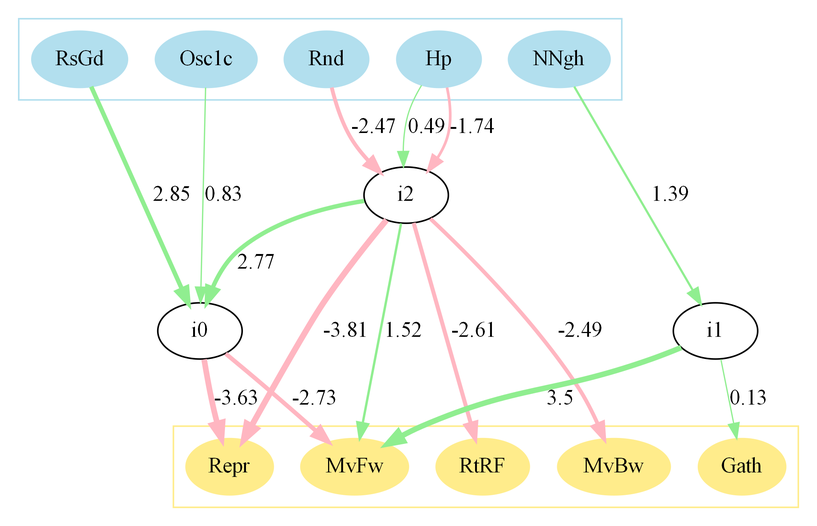
This is reflex.tmp.gv.png from rlsn/genetic-CA, a Graphviz export, as it was before one commit. Its source is kept beside it as reflex.tmp.gv.
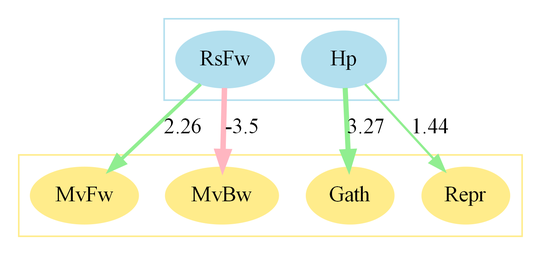
The same file after the commit.

Diff of the diagram source:
```diff
@@ -3,34 +3,19 @@
 	subgraph cluster_0 {
 		node [color=lightblue2 style=filled]
 		color=lightblue2
-		RsGd
-		Rnd
+		RsFw
 		Hp
-		NNgh
-		Osc1c
 	}
 	subgraph cluster_1 {
 		node [color=lightgoldenrod1 style=filled]
 		color=lightgoldenrod1
 		MvFw
-		RtRF
+		MvBw
+		Gath
 		Repr
-		Gath
-		MvBw
 	}
-	RsGd -> i0 [label=2.85 color=lightgreen penwidth=2.8502197265625]
-	Rnd -> i2 [label=-2.47 color=lightpink penwidth=2.473876953125]
-	Hp -> i2 [label=0.49 color=lightgreen penwidth=0.8]
-	NNgh -> i1 [label=1.39 color=lightgreen penwidth=1.3896484375]
-	Hp -> i2 [label=-1.74 color=lightpink penwidth=1.7384033203125]
-	Osc1c -> i0 [label=0.83 color=lightgreen penwidth=0.8333740234375]
-	i2 -> i0 [label=2.77 color=lightgreen penwidth=2.7728271484375]
-	i2 -> MvFw [label=1.52 color=lightgreen penwidth=1.5206298828125]
-	i2 -> RtRF [label=-2.61 color=lightpink penwidth=2.6051025390625]
-	i2 -> Repr [label=-3.81 color=lightpink penwidth=3.8114013671875]
-	i0 -> Repr [label=-3.63 color=lightpink penwidth=3.6270751953125]
-	i1 -> MvFw [label=3.5 color=lightgreen penwidth=3.503173828125]
-	i1 -> Gath [label=0.13 color=lightgreen penwidth=0.8]
-	i2 -> MvBw [label=-2.49 color=lightpink penwidth=2.4915771484375]
-	i0 -> MvFw [label=-2.73 color=lightpink penwidth=2.7288818359375]
+	RsFw -> MvFw [label=2.26 color=lightgreen penwidth=2.2628173828125]
+	RsFw -> MvBw [label=-3.5 color=lightpink penwidth=3.5032958984375]
+	Hp -> Gath [label=3.27 color=lightgreen penwidth=3.271728515625]
+	Hp -> Repr [label=1.44 color=lightgreen penwidth=1.4444580078125]
 }
```
